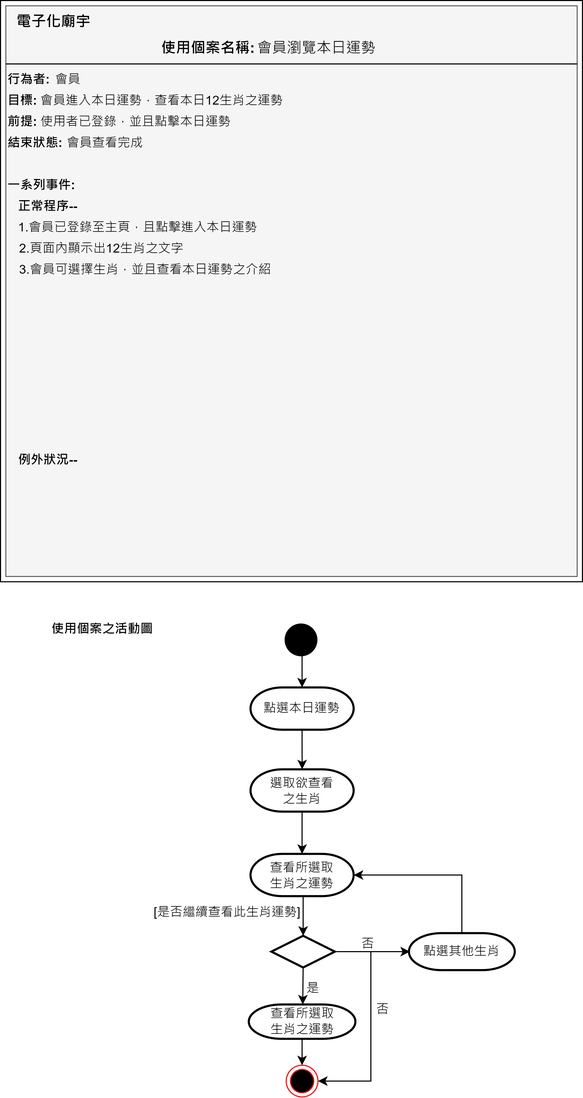
Before: 活動圖/12.本日運勢_v1.drawio.png, a diagram exported from draw.io (GretaYuu/111-2_SAD). Source tidied: cells renumbered, new cells last; positions are measured from the earlier drawing's top-left corner, leaving out a move shared by most shapes.
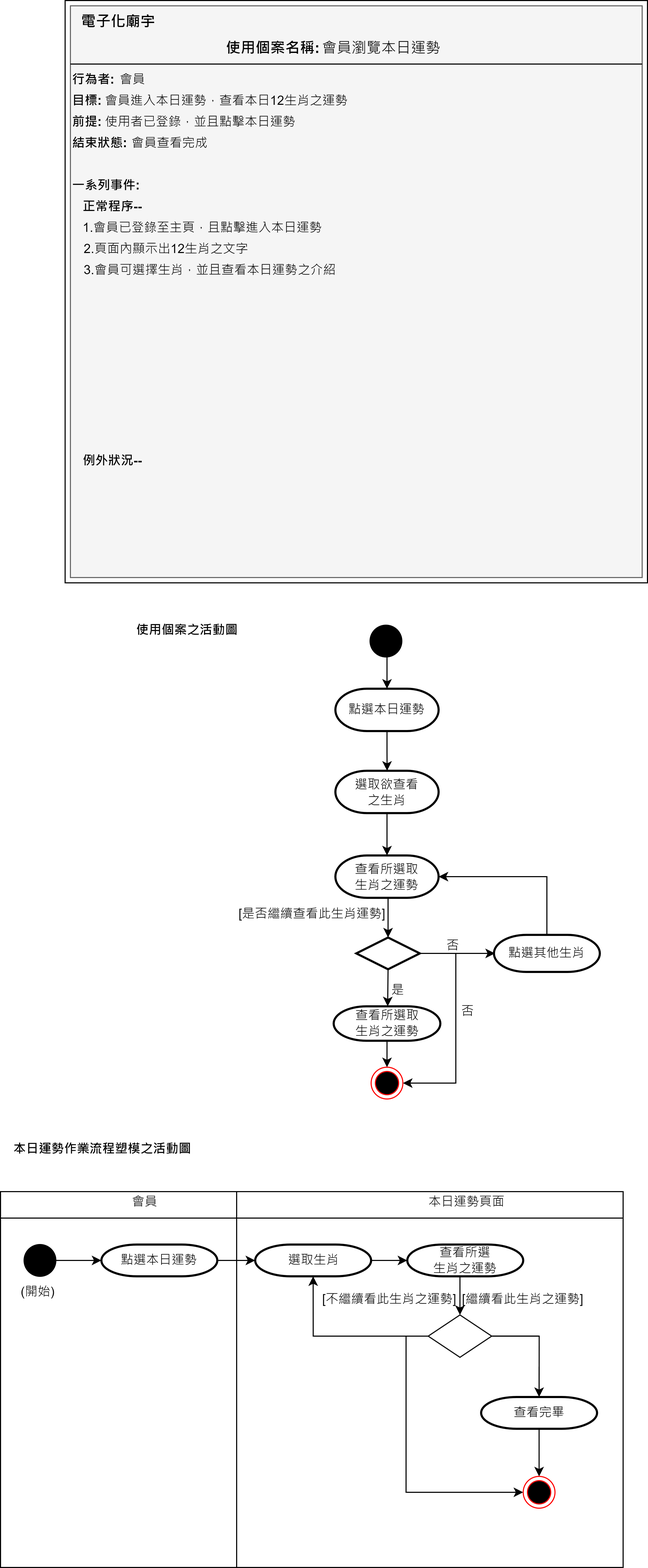
Later version of the same file.

What changed in the source:
```diff
@@ -68,83 +68,157 @@
     <mxCell id="22" style="edgeStyle=orthogonalEdgeStyle;rounded=0;jettySize=auto;html=1;exitX=0.5;exitY=1;exitDx=0;exitDy=0;entryX=0.5;entryY=0;entryDx=0;entryDy=0;entryPerimeter=0;" parent="1" edge="1" source="23" target="26">
       <mxGeometry relative="1" as="geometry">
         <Array as="points">
-          <mxPoint x="284" y="620" />
+          <mxPoint x="303" y="620" />
         </Array>
       </mxGeometry>
     </mxCell>
     <mxCell id="23" style="ellipse;fillColor=strokeColor;html=1;" parent="1" vertex="1">
-      <mxGeometry x="269" y="590" width="30" height="30" as="geometry" />
+      <mxGeometry x="288" y="590" width="30" height="30" as="geometry" />
     </mxCell>
     <mxCell id="24" style="edgeStyle=orthogonalEdgeStyle;rounded=0;jettySize=auto;html=1;exitX=0.5;exitY=1;exitDx=0;exitDy=0;exitPerimeter=0;entryX=0.5;entryY=0;entryDx=0;entryDy=0;entryPerimeter=0;" parent="1" edge="1" target="30">
       <mxGeometry relative="1" as="geometry">
-        <mxPoint x="286" y="847.5" as="sourcePoint" />
+        <mxPoint x="305" y="847.5" as="sourcePoint" />
       </mxGeometry>
     </mxCell>
     <mxCell id="25" style="edgeStyle=orthogonalEdgeStyle;rounded=0;jettySize=auto;html=1;exitX=0.5;exitY=1;exitDx=0;exitDy=0;exitPerimeter=0;" parent="1" edge="1" source="26" target="41">
       <mxGeometry relative="1" as="geometry" />
     </mxCell>
     <mxCell id="26" value="點選本日運勢" style="strokeWidth=2;html=1;shape=mxgraph.flowchart.terminator;whiteSpace=wrap;" parent="1" vertex="1">
-      <mxGeometry x="236.2" y="650" width="97.5" height="40" as="geometry" />
+      <mxGeometry x="255.2" y="650" width="97.5" height="40" as="geometry" />
     </mxCell>
     <mxCell id="27" style="edgeStyle=orthogonalEdgeStyle;rounded=0;jettySize=auto;html=1;exitX=1;exitY=0.5;exitDx=0;exitDy=0;exitPerimeter=0;entryX=0;entryY=0.5;entryDx=0;entryDy=0;entryPerimeter=0;" parent="1" edge="1" source="30">
       <mxGeometry relative="1" as="geometry">
-        <mxPoint x="387" y="900" as="targetPoint" />
+        <mxPoint x="406" y="900" as="targetPoint" />
       </mxGeometry>
     </mxCell>
     <mxCell id="28" style="edgeStyle=orthogonalEdgeStyle;rounded=0;jettySize=auto;html=1;exitX=0.5;exitY=1;exitDx=0;exitDy=0;exitPerimeter=0;entryX=0.5;entryY=0;entryDx=0;entryDy=0;entryPerimeter=0;" parent="1" edge="1" source="30">
       <mxGeometry relative="1" as="geometry">
-        <mxPoint x="285.6" y="950" as="targetPoint" />
+        <mxPoint x="304.6" y="950" as="targetPoint" />
       </mxGeometry>
     </mxCell>
     <mxCell id="29" style="edgeStyle=orthogonalEdgeStyle;rounded=0;jettySize=auto;html=1;exitX=1;exitY=0.5;exitDx=0;exitDy=0;exitPerimeter=0;entryX=1;entryY=0.5;entryDx=0;entryDy=0;" parent="1" edge="1" source="30" target="38">
       <mxGeometry relative="1" as="geometry">
         <Array as="points">
-          <mxPoint x="350" y="900" />
-          <mxPoint x="350" y="1023" />
+          <mxPoint x="369" y="900" />
+          <mxPoint x="369" y="1023" />
         </Array>
       </mxGeometry>
     </mxCell>
     <mxCell id="30" style="strokeWidth=2;html=1;shape=mxgraph.flowchart.decision;whiteSpace=wrap;" parent="1" vertex="1">
-      <mxGeometry x="256" y="885" width="60" height="30" as="geometry" />
+      <mxGeometry x="275" y="885" width="60" height="30" as="geometry" />
     </mxCell>
     <mxCell id="31" value="[是否繼續查看此生肖運勢]" style="text;html=1;align=center;verticalAlign=middle;strokeColor=none;fillColor=none;" parent="1" vertex="1">
-      <mxGeometry x="134" y="847.5" width="160" height="30" as="geometry" />
+      <mxGeometry x="153" y="847.5" width="160" height="30" as="geometry" />
     </mxCell>
     <mxCell id="32" value="是" style="text;html=1;align=center;verticalAlign=middle;strokeColor=none;fillColor=none;" parent="1" vertex="1">
-      <mxGeometry x="275" y="920" width="40" height="30" as="geometry" />
+      <mxGeometry x="294" y="920" width="40" height="30" as="geometry" />
     </mxCell>
     <mxCell id="33" value="否" style="text;html=1;align=center;verticalAlign=middle;strokeColor=none;fillColor=none;" parent="1" vertex="1">
-      <mxGeometry x="327" y="877.5" width="40" height="30" as="geometry" />
+      <mxGeometry x="346" y="877.5" width="40" height="30" as="geometry" />
     </mxCell>
     <mxCell id="34" style="edgeStyle=orthogonalEdgeStyle;rounded=0;jettySize=auto;html=1;exitX=0.5;exitY=0;exitDx=0;exitDy=0;exitPerimeter=0;entryX=1;entryY=0.5;entryDx=0;entryDy=0;entryPerimeter=0;" parent="1" edge="1" source="35" target="42">
       <mxGeometry relative="1" as="geometry" />
     </mxCell>
     <mxCell id="35" value="點選其他生肖" style="strokeWidth=2;html=1;shape=mxgraph.flowchart.terminator;whiteSpace=wrap;" parent="1" vertex="1">
-      <mxGeometry x="386" y="882.5" width="100" height="35" as="geometry" />
+      <mxGeometry x="405" y="882.5" width="100" height="35" as="geometry" />
     </mxCell>
     <mxCell id="36" style="edgeStyle=orthogonalEdgeStyle;rounded=0;jettySize=auto;html=1;exitX=0.5;exitY=1;exitDx=0;exitDy=0;exitPerimeter=0;" parent="1" edge="1" source="37" target="38">
       <mxGeometry relative="1" as="geometry" />
     </mxCell>
     <mxCell id="37" value="查看所選取&lt;br&gt;生肖之運勢" style="strokeWidth=2;html=1;shape=mxgraph.flowchart.terminator;whiteSpace=wrap;" parent="1" vertex="1">
-      <mxGeometry x="234.6" y="950" width="100.8" height="32.5" as="geometry" />
+      <mxGeometry x="253.6" y="950" width="100.8" height="32.5" as="geometry" />
     </mxCell>
     <mxCell id="38" style="ellipse;html=1;shape=endState;fillColor=#000000;strokeColor=#ff0000;" parent="1" vertex="1">
-      <mxGeometry x="270" y="1007.5" width="30" height="30" as="geometry" />
+      <mxGeometry x="289" y="1007.5" width="30" height="30" as="geometry" />
     </mxCell>
     <mxCell id="39" value="&lt;b&gt;使用個案之活動圖&lt;/b&gt;" style="text;html=1;align=center;verticalAlign=middle;strokeColor=none;fillColor=none;" parent="1" vertex="1">
-      <mxGeometry x="36" y="580" width="120" height="30" as="geometry" />
+      <mxGeometry x="55" y="580" width="120" height="30" as="geometry" />
     </mxCell>
     <mxCell id="40" style="edgeStyle=orthogonalEdgeStyle;rounded=0;jettySize=auto;html=1;exitX=0.5;exitY=1;exitDx=0;exitDy=0;exitPerimeter=0;entryX=0.5;entryY=0;entryDx=0;entryDy=0;entryPerimeter=0;" parent="1" edge="1" source="41" target="42">
       <mxGeometry relative="1" as="geometry" />
     </mxCell>
     <mxCell id="41" value="選取欲查看&lt;br&gt;之生肖" style="strokeWidth=2;html=1;shape=mxgraph.flowchart.terminator;whiteSpace=wrap;" parent="1" vertex="1">
-      <mxGeometry x="236.2" y="727.5" width="97.5" height="40" as="geometry" />
+      <mxGeometry x="255.2" y="727.5" width="97.5" height="40" as="geometry" />
     </mxCell>
     <mxCell id="42" value="查看所選取&lt;br style=&quot;border-color: var(--border-color);&quot;&gt;生肖之運勢" style="strokeWidth=2;html=1;shape=mxgraph.flowchart.terminator;whiteSpace=wrap;" parent="1" vertex="1">
-      <mxGeometry x="236.2" y="807.5" width="97.5" height="40" as="geometry" />
+      <mxGeometry x="255.2" y="807.5" width="97.5" height="40" as="geometry" />
     </mxCell>
     <mxCell id="43" value="否" style="text;html=1;align=center;verticalAlign=middle;strokeColor=none;fillColor=none;" parent="1" vertex="1">
-      <mxGeometry x="341" y="940" width="40" height="30" as="geometry" />
+      <mxGeometry x="360" y="940" width="40" height="30" as="geometry" />
     </mxCell>
+    <mxCell id="44" value="&lt;b&gt;本日運勢作業流程塑模之活動圖&lt;/b&gt;" style="text;html=1;align=center;verticalAlign=middle;strokeColor=none;fillColor=none;" parent="1" vertex="1">
+      <mxGeometry x="-60" y="1070" width="190" height="30" as="geometry" />
+    </mxCell>
+    <mxCell id="45" style="shape=internalStorage;whiteSpace=wrap;html=1;backgroundOutline=1;" parent="1" vertex="1">
+      <mxGeometry x="126" y="1185" width="80" height="80" as="geometry" />
+    </mxCell>
+    <mxCell id="46" style="shape=internalStorage;whiteSpace=wrap;html=1;backgroundOutline=1;dx=223;dy=25;" parent="1" vertex="1">
+      <mxGeometry x="-61" y="1125" width="588" height="355" as="geometry" />
+    </mxCell>
+    <mxCell id="47" value="會員" style="text;html=1;align=center;verticalAlign=middle;strokeColor=none;fillColor=none;" parent="1" vertex="1">
+      <mxGeometry x="50" y="1120" width="50" height="30" as="geometry" />
+    </mxCell>
+    <mxCell id="48" value="本日運勢頁面" style="text;html=1;align=center;verticalAlign=middle;strokeColor=none;fillColor=none;" parent="1" vertex="1">
+      <mxGeometry x="328.5" y="1120" width="100" height="30" as="geometry" />
+    </mxCell>
+    <mxCell id="49" style="edgeStyle=orthogonalEdgeStyle;rounded=0;jettySize=auto;html=1;exitX=1;exitY=0.5;exitDx=0;exitDy=0;entryX=0;entryY=0.5;entryDx=0;entryDy=0;entryPerimeter=0;" parent="1" edge="1" source="50" target="52">
+      <mxGeometry relative="1" as="geometry" />
+    </mxCell>
+    <mxCell id="50" style="ellipse;fillColor=strokeColor;html=1;" parent="1" vertex="1">
+      <mxGeometry x="-38.8" y="1175" width="30" height="30" as="geometry" />
+    </mxCell>
+    <mxCell id="51" style="edgeStyle=orthogonalEdgeStyle;rounded=0;jettySize=auto;html=1;exitX=1;exitY=0.5;exitDx=0;exitDy=0;exitPerimeter=0;entryX=0;entryY=0.5;entryDx=0;entryDy=0;entryPerimeter=0;" parent="1" edge="1" source="52" target="66">
+      <mxGeometry relative="1" as="geometry" />
+    </mxCell>
+    <mxCell id="52" value="點選本日運勢" style="strokeWidth=2;html=1;shape=mxgraph.flowchart.terminator;whiteSpace=wrap;" parent="1" vertex="1">
+      <mxGeometry x="34.2" y="1175" width="109.5" height="30" as="geometry" />
+    </mxCell>
+    <mxCell id="53" value="(開始)" style="text;html=1;align=center;verticalAlign=middle;strokeColor=none;fillColor=none;" parent="1" vertex="1">
+      <mxGeometry x="-56" y="1205" width="60" height="30" as="geometry" />
+    </mxCell>
+    <mxCell id="54" style="edgeStyle=orthogonalEdgeStyle;rounded=0;jettySize=auto;html=1;exitX=0.5;exitY=1;exitDx=0;exitDy=0;exitPerimeter=0;entryX=0.5;entryY=0;entryDx=0;entryDy=0;" parent="1" edge="1" source="55" target="59">
+      <mxGeometry relative="1" as="geometry" />
+    </mxCell>
+    <mxCell id="55" value="查看所選&lt;br&gt;生肖之運勢" style="strokeWidth=2;html=1;shape=mxgraph.flowchart.terminator;whiteSpace=wrap;" parent="1" vertex="1">
+      <mxGeometry x="323.2" y="1175" width="109.5" height="30" as="geometry" />
+    </mxCell>
+    <mxCell id="56" style="edgeStyle=orthogonalEdgeStyle;rounded=0;jettySize=auto;html=1;exitX=1;exitY=0.5;exitDx=0;exitDy=0;entryX=0.5;entryY=0;entryDx=0;entryDy=0;entryPerimeter=0;" parent="1" edge="1" source="59" target="61">
+      <mxGeometry relative="1" as="geometry" />
+    </mxCell>
+    <mxCell id="57" style="edgeStyle=orthogonalEdgeStyle;rounded=0;jettySize=auto;html=1;exitX=0;exitY=0.5;exitDx=0;exitDy=0;entryX=0.5;entryY=1;entryDx=0;entryDy=0;entryPerimeter=0;" parent="1" edge="1" source="59" target="66">
+      <mxGeometry relative="1" as="geometry" />
+    </mxCell>
+    <mxCell id="58" style="edgeStyle=orthogonalEdgeStyle;rounded=0;jettySize=auto;html=1;exitX=0;exitY=0.5;exitDx=0;exitDy=0;entryX=0;entryY=0.5;entryDx=0;entryDy=0;" parent="1" edge="1" source="59" target="64">
+      <mxGeometry relative="1" as="geometry">
+        <Array as="points">
+          <mxPoint x="322" y="1262" />
+          <mxPoint x="322" y="1409" />
+        </Array>
+      </mxGeometry>
+    </mxCell>
+    <mxCell id="59" style="rhombus;whiteSpace=wrap;html=1;" parent="1" vertex="1">
+      <mxGeometry x="342.9" y="1241.5" width="60" height="40" as="geometry" />
+    </mxCell>
+    <mxCell id="60" style="edgeStyle=orthogonalEdgeStyle;rounded=0;jettySize=auto;html=1;exitX=0.5;exitY=1;exitDx=0;exitDy=0;exitPerimeter=0;entryX=0.5;entryY=0;entryDx=0;entryDy=0;" parent="1" edge="1" source="61" target="64">
+      <mxGeometry relative="1" as="geometry" />
+    </mxCell>
+    <mxCell id="61" value="查看完畢" style="strokeWidth=2;html=1;shape=mxgraph.flowchart.terminator;whiteSpace=wrap;" parent="1" vertex="1">
+      <mxGeometry x="392.9" y="1319" width="109.5" height="30" as="geometry" />
+    </mxCell>
+    <mxCell id="62" value="[繼續看此生肖之運勢]" style="text;html=1;align=center;verticalAlign=middle;strokeColor=none;fillColor=none;" parent="1" vertex="1">
+      <mxGeometry x="362.4" y="1211.5" width="140" height="30" as="geometry" />
+    </mxCell>
+    <mxCell id="63" value="[不繼續看此生肖之運勢]" style="text;html=1;align=center;verticalAlign=middle;strokeColor=none;fillColor=none;" parent="1" vertex="1">
+      <mxGeometry x="231.4" y="1211.5" width="150" height="30" as="geometry" />
+    </mxCell>
+    <mxCell id="64" style="ellipse;html=1;shape=endState;fillColor=#000000;strokeColor=#ff0000;" parent="1" vertex="1">
+      <mxGeometry x="432.7" y="1394" width="30" height="30" as="geometry" />
+    </mxCell>
+    <mxCell id="65" style="edgeStyle=orthogonalEdgeStyle;rounded=0;jettySize=auto;html=1;exitX=1;exitY=0.5;exitDx=0;exitDy=0;exitPerimeter=0;entryX=0;entryY=0.5;entryDx=0;entryDy=0;entryPerimeter=0;" parent="1" edge="1" source="66" target="55">
+      <mxGeometry relative="1" as="geometry" />
+    </mxCell>
+    <mxCell id="66" value="選取生肖" style="strokeWidth=2;html=1;shape=mxgraph.flowchart.terminator;whiteSpace=wrap;" parent="1" vertex="1">
+      <mxGeometry x="179.5" y="1175" width="109.5" height="30" as="geometry" />
+    </mxCell>
   </root>
 </mxGraphModel>
```
